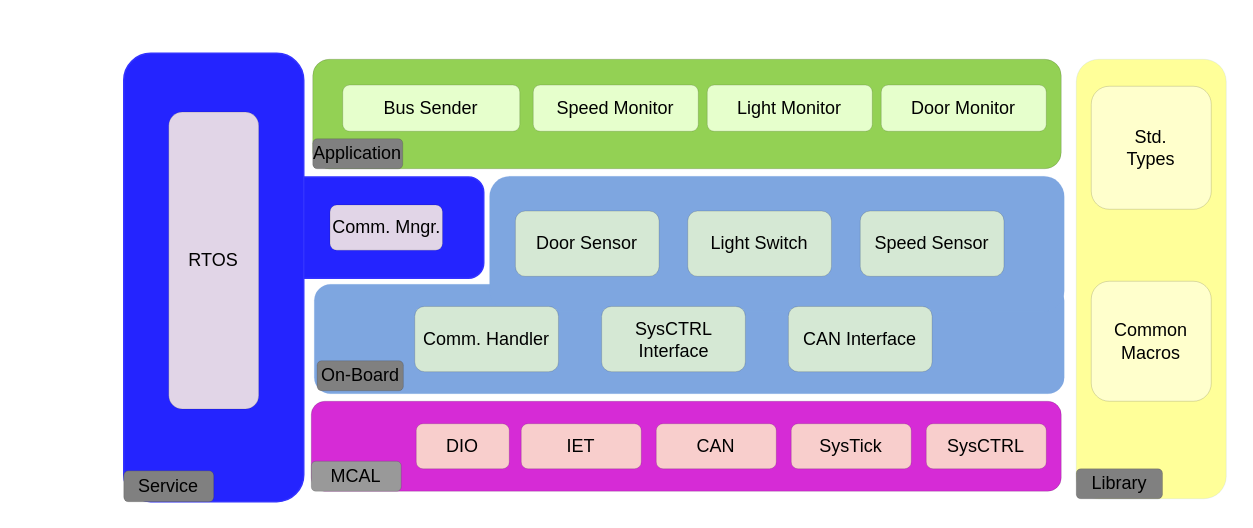
Before: page "ECU 1 Layered Arch" (2 of 5) of 1-Automotive_Door_Monitor_Static_Design.drawio in Mohamed-abdullah-hassan/EG-FWD_Automotive_door_control, a draw.io diagram. Source tidied: cells renumbered, new cells numbered last; positions are measured from the earlier drawing's top-left corner, leaving out a move shared by most shapes. Both pictures are drawn from the tidied source at 150%, with x=0, y=0 at pixel (123, 52).
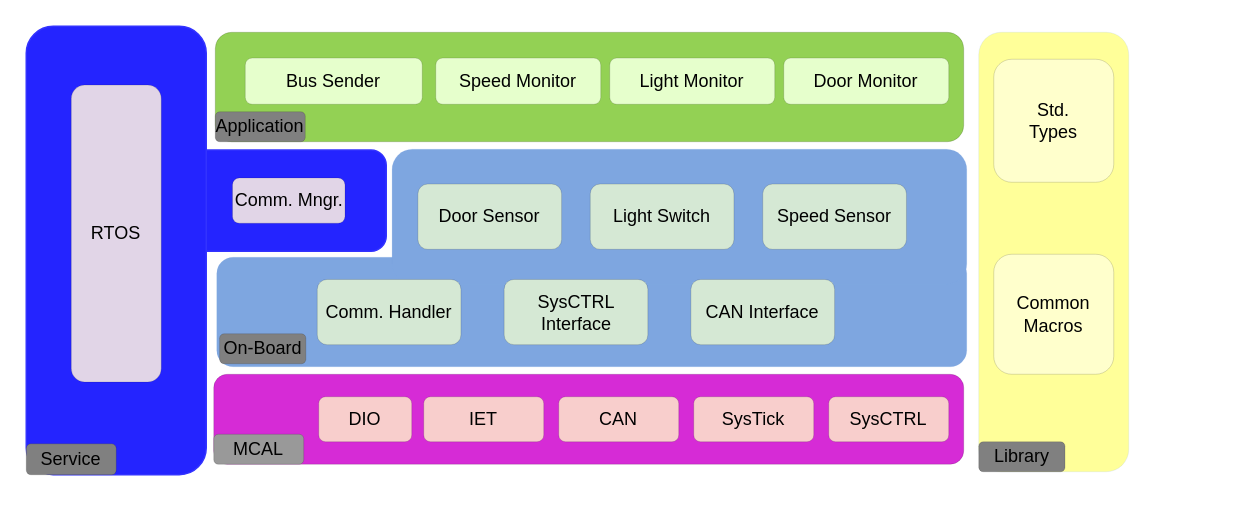
After the change.

The edit, as a diff of the source:
```diff
@@
+    <mxCell id="35" style="group;" parent="1" vertex="1">
+      <mxGeometry x="-65" y="-18" width="735" height="299" as="geometry" />
+    </mxCell>
-    <mxCell id="2" style="rounded=1;whiteSpace=wrap;html=1;shadow=0;strokeColor=#000000;strokeWidth=0;fillColor=#D62BD6;" parent="1" vertex="1">
+    <mxCell id="2" style="rounded=1;whiteSpace=wrap;html=1;shadow=0;strokeColor=#000000;strokeWidth=0;fillColor=#D62BD6;" parent="35" vertex="1">
       <mxGeometry x="125" y="232" width="500" height="60" as="geometry" />
     </mxCell>
-    <mxCell id="3" style="group;" parent="1" vertex="1">
+    <mxCell id="3" style="group;" parent="35" vertex="1">
       <mxGeometry width="256" height="299" as="geometry" />
     </mxCell>
@@
-    <mxCell id="9" style="rounded=1;whiteSpace=wrap;html=1;shadow=0;strokeColor=#000000;strokeWidth=0;fillColor=#93D154;" parent="1" vertex="1">
+    <mxCell id="9" style="rounded=1;whiteSpace=wrap;html=1;shadow=0;strokeColor=#000000;strokeWidth=0;fillColor=#93D154;" parent="35" vertex="1">
       <mxGeometry x="126" y="4" width="499" height="73" as="geometry" />
     </mxCell>
@@
-    <mxCell id="14" value="MCAL" style="rounded=1;whiteSpace=wrap;html=1;shadow=0;strokeWidth=0;fillColor=#999999;" parent="1" vertex="1">
+    <mxCell id="14" value="MCAL" style="rounded=1;whiteSpace=wrap;html=1;shadow=0;strokeWidth=0;fillColor=#999999;" parent="35" vertex="1">
       <mxGeometry x="125" y="272" width="60" height="20" as="geometry" />
     </mxCell>
-    <mxCell id="15" style="group;" parent="1" vertex="1">
+    <mxCell id="15" style="group;" parent="35" vertex="1">
       <mxGeometry x="127" y="82" width="500" height="145" as="geometry" />
     </mxCell>
@@
-    <mxCell id="25" value="Application" style="rounded=1;whiteSpace=wrap;html=1;shadow=0;strokeWidth=0;fillColor=#808080;" parent="1" vertex="1">
+    <mxCell id="25" value="Application" style="rounded=1;whiteSpace=wrap;html=1;shadow=0;strokeWidth=0;fillColor=#808080;" parent="35" vertex="1">
       <mxGeometry x="126" y="57" width="60" height="20" as="geometry" />
     </mxCell>
-    <mxCell id="26" value="DIO" style="rounded=1;whiteSpace=wrap;html=1;shadow=0;strokeWidth=0;fillColor=#F8CECC;" parent="1" vertex="1">
+    <mxCell id="26" value="DIO" style="rounded=1;whiteSpace=wrap;html=1;shadow=0;strokeWidth=0;fillColor=#F8CECC;" parent="35" vertex="1">
       <mxGeometry x="195" y="247" width="62" height="30" as="geometry" />
     </mxCell>
-    <mxCell id="27" value="IET" style="rounded=1;whiteSpace=wrap;html=1;shadow=0;strokeWidth=0;fillColor=#F8CECC;" parent="1" vertex="1">
+    <mxCell id="27" value="IET" style="rounded=1;whiteSpace=wrap;html=1;shadow=0;strokeWidth=0;fillColor=#F8CECC;" parent="35" vertex="1">
       <mxGeometry x="265" y="247" width="80" height="30" as="geometry" />
     </mxCell>
-    <mxCell id="28" value="CAN" style="rounded=1;whiteSpace=wrap;html=1;shadow=0;strokeWidth=0;fillColor=#F8CECC;" parent="1" vertex="1">
+    <mxCell id="28" value="CAN" style="rounded=1;whiteSpace=wrap;html=1;shadow=0;strokeWidth=0;fillColor=#F8CECC;" parent="35" vertex="1">
       <mxGeometry x="355" y="247" width="80" height="30" as="geometry" />
     </mxCell>
-    <mxCell id="29" value="SysTick" style="rounded=1;whiteSpace=wrap;html=1;shadow=0;strokeWidth=0;fillColor=#F8CECC;" parent="1" vertex="1">
+    <mxCell id="29" value="SysTick" style="rounded=1;whiteSpace=wrap;html=1;shadow=0;strokeWidth=0;fillColor=#F8CECC;" parent="35" vertex="1">
       <mxGeometry x="445" y="247" width="80" height="30" as="geometry" />
     </mxCell>
-    <mxCell id="30" value="SysCTRL" style="rounded=1;whiteSpace=wrap;html=1;shadow=0;strokeWidth=0;fillColor=#F8CECC;" parent="1" vertex="1">
+    <mxCell id="30" value="SysCTRL" style="rounded=1;whiteSpace=wrap;html=1;shadow=0;strokeWidth=0;fillColor=#F8CECC;" parent="35" vertex="1">
       <mxGeometry x="535" y="247" width="80" height="30" as="geometry" />
     </mxCell>
-    <mxCell id="31" style="rounded=1;whiteSpace=wrap;html=1;shadow=0;strokeColor=#7EA6E0;strokeWidth=0;fillColor=#FFFF99;" parent="1" vertex="1">
+    <mxCell id="31" style="rounded=1;whiteSpace=wrap;html=1;shadow=0;strokeColor=#7EA6E0;strokeWidth=0;fillColor=#FFFF99;" parent="35" vertex="1">
       <mxGeometry x="635" y="4" width="100" height="293" as="geometry" />
     </mxCell>
```
